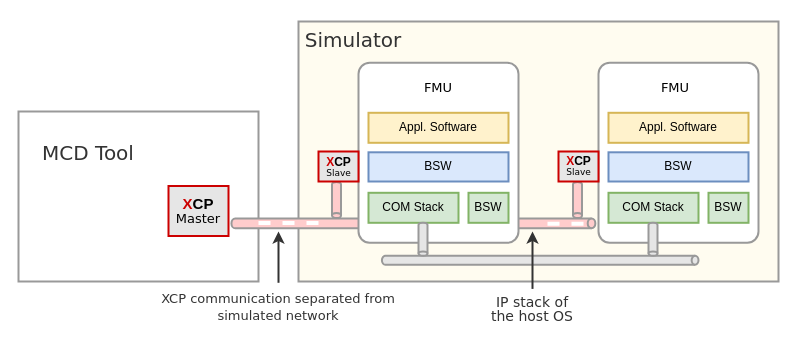
Above: docs/images/XCP-Communication-external-Slave.drawio in modelica/fmi-ls-xcp (draw.io), before the change. Source tidied: cells renumbered, new cells numbered last; positions are measured from the earlier drawing's top-left corner, leaving out a move shared by most shapes. Both pictures are drawn from the tidied source at 100%, with x=0, y=0 at pixel (18, 16).
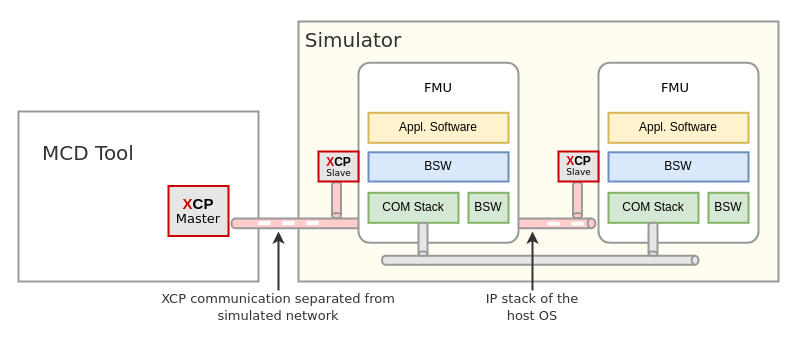
Above is the later version.

Unchanged cells that the change refers to:
```xml
<mxCell id="5" style="shape=cylinder3;whiteSpace=wrap;html=1;boundedLbl=1;backgroundOutline=1;size=3.826428571428579;strokeColor=#999999;strokeWidth=2;fillColor=#FFCCCC;rotation=90;" parent="1" vertex="1">
  <mxGeometry x="390" y="25" width="9.8" height="363.9" as="geometry" />
</mxCell>
```

What changed in the source:
```diff
@@
-    <mxCell id="4" style="rounded=0;whiteSpace=wrap;html=1;strokeColor=#999999;strokeWidth=2;fillColor=none;" parent="1" vertex="1">
+    <mxCell id="4" style="rounded=0;whiteSpace=wrap;html=1;strokeColor=#999999;strokeWidth=2;fillColor=default;" parent="1" vertex="1">
       <mxGeometry y="95" width="240" height="170" as="geometry" />
     </mxCell>
@@
     <mxCell id="32" style="endArrow=classic;html=1;rounded=0;strokeColor=#333333;strokeWidth=2;fontFamily=Verdana;fontSize=20;fontColor=#000000;startSize=6;endSize=6;jumpSize=6;" parent="1" edge="1">
       <mxGeometry relative="1" as="geometry">
-        <mxPoint x="260" y="266.3" as="sourcePoint" />
+        <mxPoint x="260" y="274" as="sourcePoint" />
         <mxPoint x="260" y="215" as="targetPoint" />
       </mxGeometry>
     </mxCell>
@@
-    <mxCell id="34" style="endArrow=classic;html=1;rounded=0;strokeColor=#333333;strokeWidth=2;fontFamily=Verdana;fontSize=20;fontColor=#000000;startSize=6;endSize=6;jumpSize=6;exitX=0.5;exitY=0;exitDx=0;exitDy=0;" parent="1" edge="1" source="35">
+    <mxCell id="34" style="endArrow=classic;html=1;rounded=0;strokeColor=#333333;strokeWidth=2;fontFamily=Verdana;fontSize=20;fontColor=#000000;startSize=6;endSize=6;jumpSize=6;" parent="1" edge="1">
       <mxGeometry relative="1" as="geometry">
+        <mxPoint x="514" y="274" as="sourcePoint" />
         <mxPoint x="514" y="215" as="targetPoint" />
       </mxGeometry>
     </mxCell>
+    <mxCell id="36" style="endArrow=none;dashed=1;html=1;rounded=0;strokeColor=#FFFFFF;strokeWidth=4;fontFamily=Verdana;fontSize=20;fontColor=#000000;startSize=6;endSize=6;jumpSize=6;" parent="1" edge="1" target="5">
+      <mxGeometry relative="1" as="geometry">
+        <mxPoint x="529" y="207.2" as="sourcePoint" />
+      </mxGeometry>
+    </mxCell>
-    <mxCell id="35" value="&lt;p style=&quot;line-height: 100%; font-size: 14px;&quot;&gt;&lt;font style=&quot;font-size: 14px;&quot; color=&quot;#333333&quot;&gt;IP stack of the host OS&lt;/font&gt;&lt;/p&gt;" style="text;html=1;strokeColor=none;fillColor=none;align=center;verticalAlign=middle;whiteSpace=wrap;rounded=0;strokeWidth=2;fontFamily=Verdana;fontSize=20;fontColor=#000000;" parent="1" vertex="1">
-      <mxGeometry x="469" y="272.4" width="90" height="40" as="geometry" />
+    <mxCell id="35" value="&lt;p style=&quot;line-height: 70%;&quot;&gt;&lt;font style=&quot;font-size: 13px;&quot; color=&quot;#333333&quot;&gt;IP stack of the host OS&lt;br&gt;&lt;/font&gt;&lt;/p&gt;" style="text;html=1;strokeColor=none;fillColor=none;align=center;verticalAlign=middle;whiteSpace=wrap;rounded=0;strokeWidth=2;fontFamily=Verdana;fontSize=20;fontColor=#000000;" parent="1" vertex="1">
+      <mxGeometry x="464" y="265" width="100" height="47.4" as="geometry" />
     </mxCell>
-    <mxCell id="36" style="endArrow=none;dashed=1;html=1;rounded=0;strokeColor=#FFFFFF;strokeWidth=4;fontFamily=Verdana;fontSize=20;fontColor=#000000;startSize=6;endSize=6;jumpSize=6;" parent="1" edge="1" target="5">
-      <mxGeometry relative="1" as="geometry">
-        <mxPoint x="529" y="207.2" as="sourcePoint" />
-      </mxGeometry>
-    </mxCell>
```
